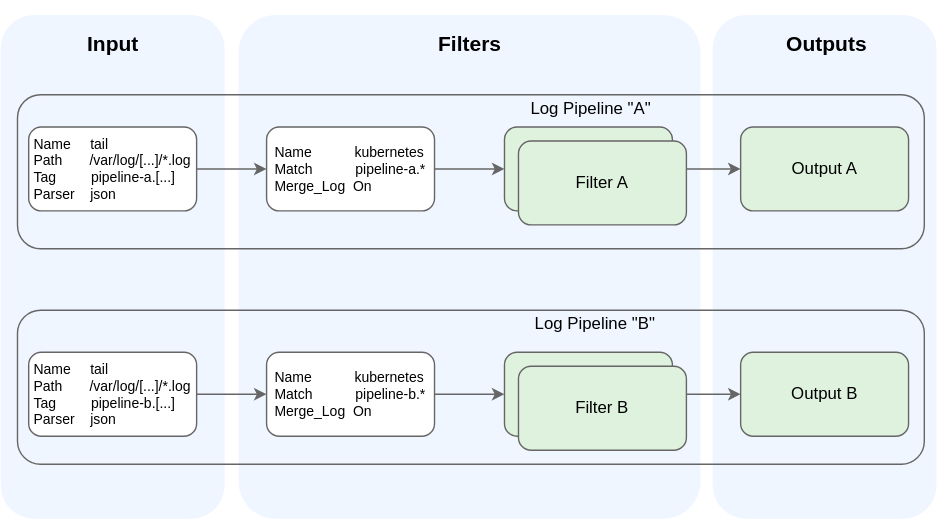
kyma-project/telemetry-manager keeps this draw.io diagram as docs/user/assets/logs-pipelines.drawio.svg. Above is the earlier version. Source tidied: cells renumbered, new cells last; positions are measured from the earlier drawing's top-left corner, leaving out a move shared by most shapes.
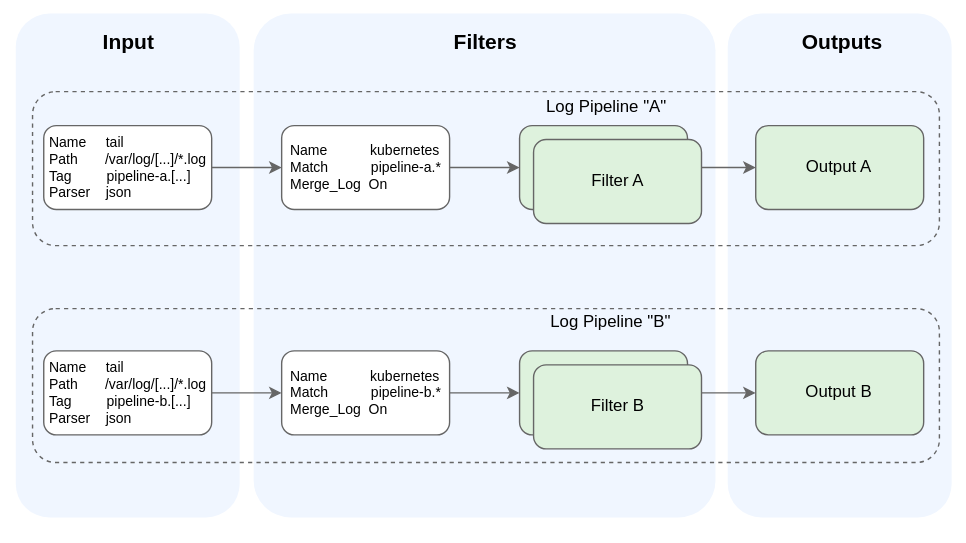
The same diagram one commit later.

What changed in the source:
```diff
@@ -3,7 +3,7 @@
     <mxCell id="0" />
     <mxCell id="1" parent="0" />
     <mxCell id="2" style="rounded=0;whiteSpace=wrap;html=1;strokeColor=none;fillColor=#FFFFFF;" parent="1" vertex="1">
-      <mxGeometry width="670" height="370" as="geometry" />
+      <mxGeometry x="-10.6" y="0.8" width="690" height="380" as="geometry" />
     </mxCell>
     <mxCell id="3" style="rounded=1;whiteSpace=wrap;html=1;strokeColor=none;fillColor=#F0F6FF;fontColor=#333333;fontSize=15;" parent="1" vertex="1">
       <mxGeometry y="10" width="160" height="360" as="geometry" />
@@ -77,17 +77,23 @@
     <mxCell id="26" style="edgeStyle=orthogonalEdgeStyle;rounded=1;jettySize=auto;html=1;exitX=1;exitY=0.5;exitDx=0;exitDy=0;strokeColor=#666666;" parent="1" edge="1" source="24" target="25">
       <mxGeometry relative="1" as="geometry" />
     </mxCell>
-    <mxCell id="27" style="rounded=1;whiteSpace=wrap;html=1;fillColor=none;strokeColor=#666666;" parent="1" vertex="1">
-      <mxGeometry x="12" y="67" width="648" height="110" as="geometry" />
+    <mxCell id="27" style="rounded=1;whiteSpace=wrap;html=1;fillColor=none;strokeColor=#666666;dashed=1;" parent="1" vertex="1">
+      <mxGeometry x="12" y="65.8" width="648" height="110" as="geometry" />
     </mxCell>
-    <mxCell id="28" style="rounded=1;whiteSpace=wrap;html=1;fillColor=none;strokeColor=#666666;" parent="1" vertex="1">
-      <mxGeometry x="12" y="221" width="648" height="110" as="geometry" />
+    <mxCell id="28" style="rounded=1;whiteSpace=wrap;html=1;fillColor=none;strokeColor=#666666;dashed=1;" parent="1" vertex="1">
+      <mxGeometry x="12" y="220.8" width="648" height="110" as="geometry" />
     </mxCell>
-    <mxCell id="29" style="edgeStyle=orthogonalEdgeStyle;rounded=0;orthogonalLoop=1;jettySize=auto;html=1;exitX=0.5;exitY=1;exitDx=0;exitDy=0;" parent="1" edge="1" source="2" target="2">
-      <mxGeometry relative="1" as="geometry" />
+    <mxCell id="29" style="edgeStyle=orthogonalEdgeStyle;rounded=0;orthogonalLoop=1;jettySize=auto;html=1;exitX=0.5;exitY=1;exitDx=0;exitDy=0;" parent="1" edge="1">
+      <mxGeometry relative="1" as="geometry">
+        <mxPoint x="345" y="380" as="sourcePoint" />
+        <mxPoint x="345" y="380" as="targetPoint" />
+      </mxGeometry>
     </mxCell>
-    <mxCell id="30" style="edgeStyle=orthogonalEdgeStyle;rounded=0;orthogonalLoop=1;jettySize=auto;html=1;exitX=0.5;exitY=1;exitDx=0;exitDy=0;" parent="1" edge="1" source="2" target="2">
-      <mxGeometry relative="1" as="geometry" />
+    <mxCell id="30" style="edgeStyle=orthogonalEdgeStyle;rounded=0;orthogonalLoop=1;jettySize=auto;html=1;exitX=0.5;exitY=1;exitDx=0;exitDy=0;" parent="1" edge="1">
+      <mxGeometry relative="1" as="geometry">
+        <mxPoint x="345" y="380" as="sourcePoint" />
+        <mxPoint x="345" y="380" as="targetPoint" />
+      </mxGeometry>
     </mxCell>
   </root>
 </mxGraphModel>
```
